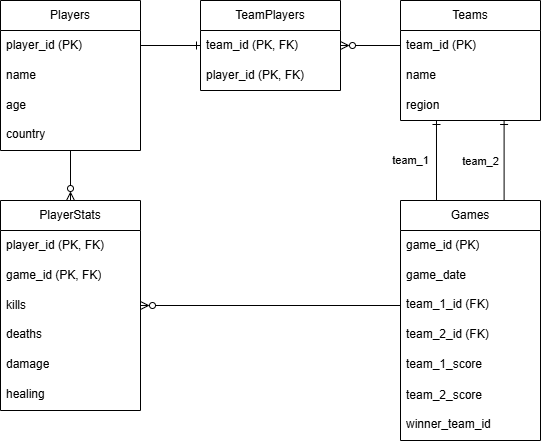
macantomato/esport-system-db keeps this draw.io diagram as Diagram/schema_esport.png. Above is the earlier version. Source tidied: cells renumbered, new cells last; positions are measured from the earlier drawing's top-left corner, leaving out a move shared by most shapes.
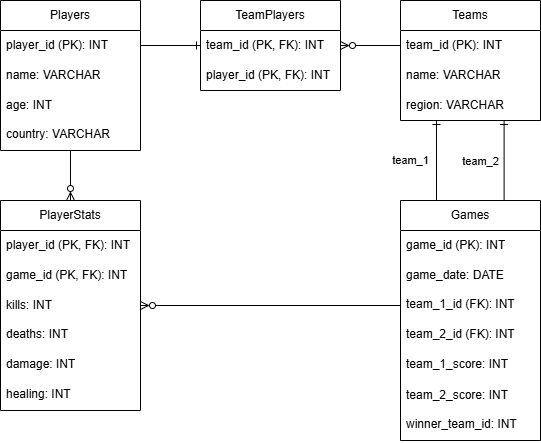
Above is the later version.

Diff of the diagram source:
```diff
@@ -8,37 +8,37 @@
     <mxCell id="3" value="Players" style="swimlane;fontStyle=0;horizontal=1;startSize=30;whiteSpace=wrap;html=1;" parent="1" vertex="1">
       <mxGeometry width="140" height="150" as="geometry" />
     </mxCell>
-    <mxCell id="4" value="player_id (PK)" style="text;strokeColor=none;fillColor=none;align=left;verticalAlign=middle;spacingLeft=4;spacingRight=4;overflow=hidden;points=[[0,0.5],[1,0.5]];portConstraint=eastwest;whiteSpace=wrap;html=1;" parent="3" vertex="1">
+    <mxCell id="4" value="player_id (PK): INT" style="text;strokeColor=none;fillColor=none;align=left;verticalAlign=middle;spacingLeft=4;spacingRight=4;overflow=hidden;points=[[0,0.5],[1,0.5]];portConstraint=eastwest;whiteSpace=wrap;html=1;" parent="3" vertex="1">
       <mxGeometry y="30" width="140" height="30" as="geometry" />
     </mxCell>
-    <mxCell id="5" value="name" style="text;strokeColor=none;fillColor=none;align=left;verticalAlign=middle;spacingLeft=4;spacingRight=4;overflow=hidden;whiteSpace=wrap;html=1;" parent="3" vertex="1">
+    <mxCell id="5" value="name: VARCHAR" style="text;strokeColor=none;fillColor=none;align=left;verticalAlign=middle;spacingLeft=4;spacingRight=4;overflow=hidden;whiteSpace=wrap;html=1;" parent="3" vertex="1">
       <mxGeometry y="60" width="140" height="30" as="geometry" />
     </mxCell>
-    <mxCell id="6" value="age" style="text;strokeColor=none;fillColor=none;align=left;verticalAlign=middle;spacingLeft=4;spacingRight=4;overflow=hidden;whiteSpace=wrap;html=1;" parent="3" vertex="1">
+    <mxCell id="6" value="age: INT" style="text;strokeColor=none;fillColor=none;align=left;verticalAlign=middle;spacingLeft=4;spacingRight=4;overflow=hidden;whiteSpace=wrap;html=1;" parent="3" vertex="1">
       <mxGeometry y="90" width="140" height="30" as="geometry" />
     </mxCell>
-    <mxCell id="7" value="country" style="text;strokeColor=none;fillColor=none;spacingLeft=4;spacingRight=4;overflow=hidden;fontSize=12;whiteSpace=wrap;html=1;" parent="3" vertex="1">
+    <mxCell id="7" value="country: VARCHAR" style="text;strokeColor=none;fillColor=none;spacingLeft=4;spacingRight=4;overflow=hidden;fontSize=12;whiteSpace=wrap;html=1;" parent="3" vertex="1">
       <mxGeometry y="120" width="140" height="30" as="geometry" />
     </mxCell>
     <mxCell id="8" value="Teams" style="swimlane;fontStyle=0;horizontal=1;startSize=30;whiteSpace=wrap;html=1;" parent="1" vertex="1">
       <mxGeometry x="400" width="140" height="120" as="geometry" />
     </mxCell>
-    <mxCell id="9" value="team_id (PK)" style="text;strokeColor=none;fillColor=none;align=left;verticalAlign=middle;spacingLeft=4;spacingRight=4;overflow=hidden;points=[[0,0.5],[1,0.5]];portConstraint=eastwest;whiteSpace=wrap;html=1;" parent="8" vertex="1">
+    <mxCell id="9" value="team_id (PK): INT" style="text;strokeColor=none;fillColor=none;align=left;verticalAlign=middle;spacingLeft=4;spacingRight=4;overflow=hidden;points=[[0,0.5],[1,0.5]];portConstraint=eastwest;whiteSpace=wrap;html=1;" parent="8" vertex="1">
       <mxGeometry y="30" width="140" height="30" as="geometry" />
     </mxCell>
-    <mxCell id="10" value="name" style="text;strokeColor=none;fillColor=none;align=left;verticalAlign=middle;spacingLeft=4;spacingRight=4;overflow=hidden;whiteSpace=wrap;html=1;" parent="8" vertex="1">
+    <mxCell id="10" value="name: VARCHAR" style="text;strokeColor=none;fillColor=none;align=left;verticalAlign=middle;spacingLeft=4;spacingRight=4;overflow=hidden;whiteSpace=wrap;html=1;" parent="8" vertex="1">
       <mxGeometry y="60" width="140" height="30" as="geometry" />
     </mxCell>
-    <mxCell id="11" value="region" style="text;strokeColor=none;fillColor=none;align=left;verticalAlign=middle;spacingLeft=4;spacingRight=4;overflow=hidden;points=[[0,0.5,0,0,0],[0.31,1,0,0,0],[0.74,1,0,0,0],[1,0.5,0,0,0]];portConstraint=eastwest;whiteSpace=wrap;html=1;" parent="8" vertex="1">
+    <mxCell id="11" value="region: VARCHAR" style="text;strokeColor=none;fillColor=none;align=left;verticalAlign=middle;spacingLeft=4;spacingRight=4;overflow=hidden;points=[[0,0.5,0,0,0],[0.31,1,0,0,0],[0.74,1,0,0,0],[1,0.5,0,0,0]];portConstraint=eastwest;whiteSpace=wrap;html=1;" parent="8" vertex="1">
       <mxGeometry y="90" width="140" height="30" as="geometry" />
     </mxCell>
     <mxCell id="12" value="TeamPlayers" style="swimlane;fontStyle=0;horizontal=1;startSize=30;whiteSpace=wrap;html=1;" parent="1" vertex="1">
       <mxGeometry x="200" width="140" height="90" as="geometry" />
     </mxCell>
-    <mxCell id="13" value="team_id (PK, FK)" style="text;strokeColor=none;fillColor=none;align=left;verticalAlign=middle;spacingLeft=4;spacingRight=4;overflow=hidden;points=[[0,0.5],[1,0.5]];portConstraint=eastwest;whiteSpace=wrap;html=1;" parent="12" vertex="1">
+    <mxCell id="13" value="team_id (PK, FK): INT" style="text;strokeColor=none;fillColor=none;align=left;verticalAlign=middle;spacingLeft=4;spacingRight=4;overflow=hidden;points=[[0,0.5],[1,0.5]];portConstraint=eastwest;whiteSpace=wrap;html=1;" parent="12" vertex="1">
       <mxGeometry y="30" width="140" height="30" as="geometry" />
     </mxCell>
-    <mxCell id="14" value="player_id (PK, FK)" style="text;strokeColor=none;fillColor=none;align=left;verticalAlign=middle;spacingLeft=4;spacingRight=4;overflow=hidden;whiteSpace=wrap;html=1;" parent="12" vertex="1">
+    <mxCell id="14" value="player_id (PK, FK): INT" style="text;strokeColor=none;fillColor=none;align=left;verticalAlign=middle;spacingLeft=4;spacingRight=4;overflow=hidden;whiteSpace=wrap;html=1;" parent="12" vertex="1">
       <mxGeometry y="60" width="140" height="30" as="geometry" />
     </mxCell>
     <mxCell id="15" style="edgeStyle=orthogonalEdgeStyle;rounded=0;jettySize=auto;html=1;exitX=0.75;exitY=0;exitDx=0;exitDy=0;entryX=0.74;entryY=1;entryDx=0;entryDy=0;entryPerimeter=0;endArrow=ERone;endFill=0;" parent="1" edge="1" source="17" target="11">
@@ -56,46 +56,46 @@
     <mxCell id="17" value="Games" style="swimlane;fontStyle=0;horizontal=1;startSize=30;whiteSpace=wrap;html=1;" parent="1" vertex="1">
       <mxGeometry x="400" y="200" width="140" height="240" as="geometry" />
     </mxCell>
-    <mxCell id="18" value="game_id (PK)" style="text;strokeColor=none;fillColor=none;align=left;verticalAlign=middle;spacingLeft=4;spacingRight=4;overflow=hidden;whiteSpace=wrap;html=1;" parent="17" vertex="1">
+    <mxCell id="18" value="game_id (PK): INT" style="text;strokeColor=none;fillColor=none;align=left;verticalAlign=middle;spacingLeft=4;spacingRight=4;overflow=hidden;whiteSpace=wrap;html=1;" parent="17" vertex="1">
       <mxGeometry y="30" width="140" height="30" as="geometry" />
     </mxCell>
-    <mxCell id="19" value="game_date" style="text;strokeColor=none;fillColor=none;align=left;verticalAlign=middle;spacingLeft=4;spacingRight=4;overflow=hidden;whiteSpace=wrap;html=1;" parent="17" vertex="1">
+    <mxCell id="19" value="game_date: DATE" style="text;strokeColor=none;fillColor=none;align=left;verticalAlign=middle;spacingLeft=4;spacingRight=4;overflow=hidden;whiteSpace=wrap;html=1;" parent="17" vertex="1">
       <mxGeometry y="60" width="140" height="30" as="geometry" />
     </mxCell>
-    <mxCell id="20" value="team_1_id (FK)" style="text;strokeColor=none;fillColor=none;spacingLeft=4;spacingRight=4;overflow=hidden;points=[[0,0.5],[1,0.5]];portConstraint=eastwest;fontSize=12;whiteSpace=wrap;html=1;" parent="17" vertex="1">
+    <mxCell id="20" value="team_1_id (FK): INT" style="text;strokeColor=none;fillColor=none;spacingLeft=4;spacingRight=4;overflow=hidden;points=[[0,0.5],[1,0.5]];portConstraint=eastwest;fontSize=12;whiteSpace=wrap;html=1;" parent="17" vertex="1">
       <mxGeometry y="90" width="140" height="30" as="geometry" />
     </mxCell>
-    <mxCell id="21" value="team_2_id (FK)" style="text;strokeColor=none;fillColor=none;spacingLeft=4;spacingRight=4;overflow=hidden;fontSize=12;whiteSpace=wrap;html=1;" parent="17" vertex="1">
+    <mxCell id="21" value="team_2_id (FK): INT" style="text;strokeColor=none;fillColor=none;spacingLeft=4;spacingRight=4;overflow=hidden;fontSize=12;whiteSpace=wrap;html=1;" parent="17" vertex="1">
       <mxGeometry y="120" width="140" height="30" as="geometry" />
     </mxCell>
-    <mxCell id="22" value="team_1_score" style="text;strokeColor=none;fillColor=none;spacingLeft=4;spacingRight=4;overflow=hidden;fontSize=12;whiteSpace=wrap;html=1;" parent="17" vertex="1">
+    <mxCell id="22" value="team_1_score: INT" style="text;strokeColor=none;fillColor=none;spacingLeft=4;spacingRight=4;overflow=hidden;fontSize=12;whiteSpace=wrap;html=1;" parent="17" vertex="1">
       <mxGeometry y="150" width="140" height="30" as="geometry" />
     </mxCell>
-    <mxCell id="23" value="team_2_score" style="text;strokeColor=none;fillColor=none;align=left;verticalAlign=middle;spacingLeft=4;spacingRight=4;overflow=hidden;whiteSpace=wrap;html=1;" parent="17" vertex="1">
+    <mxCell id="23" value="team_2_score: INT" style="text;strokeColor=none;fillColor=none;align=left;verticalAlign=middle;spacingLeft=4;spacingRight=4;overflow=hidden;whiteSpace=wrap;html=1;" parent="17" vertex="1">
       <mxGeometry y="180" width="140" height="30" as="geometry" />
     </mxCell>
-    <mxCell id="24" value="winner_team_id" style="text;strokeColor=none;fillColor=none;spacingLeft=4;spacingRight=4;overflow=hidden;fontSize=12;whiteSpace=wrap;html=1;" parent="17" vertex="1">
+    <mxCell id="24" value="winner_team_id: INT" style="text;strokeColor=none;fillColor=none;spacingLeft=4;spacingRight=4;overflow=hidden;fontSize=12;whiteSpace=wrap;html=1;" parent="17" vertex="1">
       <mxGeometry y="210" width="140" height="30" as="geometry" />
     </mxCell>
     <mxCell id="25" value="PlayerStats" style="swimlane;fontStyle=0;horizontal=1;startSize=30;whiteSpace=wrap;html=1;" parent="1" vertex="1">
       <mxGeometry y="200" width="140" height="210" as="geometry" />
     </mxCell>
-    <mxCell id="26" value="player_id (PK, FK)" style="text;strokeColor=none;fillColor=none;align=left;verticalAlign=middle;spacingLeft=4;spacingRight=4;overflow=hidden;whiteSpace=wrap;html=1;" parent="25" vertex="1">
+    <mxCell id="26" value="player_id (PK, FK): INT" style="text;strokeColor=none;fillColor=none;align=left;verticalAlign=middle;spacingLeft=4;spacingRight=4;overflow=hidden;whiteSpace=wrap;html=1;" parent="25" vertex="1">
       <mxGeometry y="30" width="140" height="30" as="geometry" />
     </mxCell>
-    <mxCell id="27" value="game_id (PK, FK)" style="text;strokeColor=none;fillColor=none;align=left;verticalAlign=middle;spacingLeft=4;spacingRight=4;overflow=hidden;whiteSpace=wrap;html=1;" parent="25" vertex="1">
+    <mxCell id="27" value="game_id (PK, FK): INT" style="text;strokeColor=none;fillColor=none;align=left;verticalAlign=middle;spacingLeft=4;spacingRight=4;overflow=hidden;whiteSpace=wrap;html=1;" parent="25" vertex="1">
       <mxGeometry y="60" width="140" height="30" as="geometry" />
     </mxCell>
-    <mxCell id="28" value="kills" style="text;strokeColor=none;fillColor=none;align=left;verticalAlign=middle;spacingLeft=4;spacingRight=4;overflow=hidden;points=[[0,0.5],[1,0.5]];portConstraint=eastwest;whiteSpace=wrap;html=1;" parent="25" vertex="1">
+    <mxCell id="28" value="kills: INT" style="text;strokeColor=none;fillColor=none;align=left;verticalAlign=middle;spacingLeft=4;spacingRight=4;overflow=hidden;points=[[0,0.5],[1,0.5]];portConstraint=eastwest;whiteSpace=wrap;html=1;" parent="25" vertex="1">
       <mxGeometry y="90" width="140" height="30" as="geometry" />
     </mxCell>
-    <mxCell id="29" value="deaths" style="text;strokeColor=none;fillColor=none;spacingLeft=4;spacingRight=4;overflow=hidden;fontSize=12;whiteSpace=wrap;html=1;" parent="25" vertex="1">
+    <mxCell id="29" value="deaths: INT&lt;span style=&quot;white-space: pre;&quot;&gt;&#9;&lt;/span&gt;" style="text;strokeColor=none;fillColor=none;spacingLeft=4;spacingRight=4;overflow=hidden;fontSize=12;whiteSpace=wrap;html=1;" parent="25" vertex="1">
       <mxGeometry y="120" width="140" height="30" as="geometry" />
     </mxCell>
-    <mxCell id="30" value="damage" style="text;strokeColor=none;fillColor=none;spacingLeft=4;spacingRight=4;overflow=hidden;fontSize=12;whiteSpace=wrap;html=1;" parent="25" vertex="1">
+    <mxCell id="30" value="damage: INT" style="text;strokeColor=none;fillColor=none;spacingLeft=4;spacingRight=4;overflow=hidden;fontSize=12;whiteSpace=wrap;html=1;" parent="25" vertex="1">
       <mxGeometry y="150" width="140" height="30" as="geometry" />
     </mxCell>
-    <mxCell id="31" value="healing" style="text;strokeColor=none;fillColor=none;spacingLeft=4;spacingRight=4;overflow=hidden;fontSize=12;whiteSpace=wrap;html=1;" parent="25" vertex="1">
+    <mxCell id="31" value="healing: INT" style="text;strokeColor=none;fillColor=none;spacingLeft=4;spacingRight=4;overflow=hidden;fontSize=12;whiteSpace=wrap;html=1;" parent="25" vertex="1">
       <mxGeometry y="180" width="140" height="30" as="geometry" />
     </mxCell>
     <mxCell id="32" style="edgeStyle=orthogonalEdgeStyle;rounded=0;jettySize=auto;html=1;entryX=1;entryY=0.5;entryDx=0;entryDy=0;endArrow=ERzeroToMany;endFill=0;" parent="1" edge="1" source="9" target="13">
```
